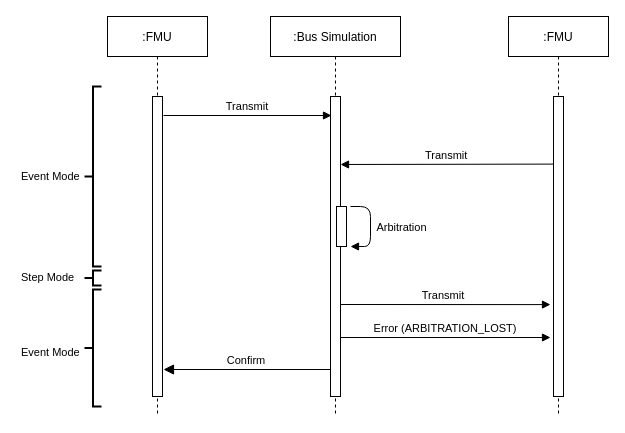
Earlier version of the draw.io diagram docs/images/can_arbitration.drawio (modelica/fmi-ls-bus). Source tidied: cells renumbered, new cells numbered last; positions are measured from the earlier drawing's top-left corner, leaving out a move shared by most shapes. Both pictures are drawn from the tidied source at 100%, with x=0, y=0 at pixel (16, 16).
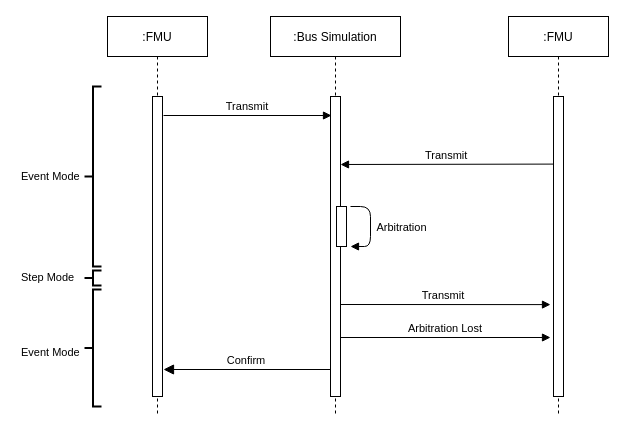
After the change.

Commit message (it also covers changes not shown here):
CAN Error Handling

Diff of the diagram source:
```diff
@@
-    <mxCell id="12" value="Error (ARBITRATION_LOST)" style="verticalAlign=bottom;endArrow=block;shadow=0;strokeWidth=1;endFill=1;fontSize=11;" parent="1" edge="1">
+    <mxCell id="12" value="Arbitration Lost" style="verticalAlign=bottom;endArrow=block;shadow=0;strokeWidth=1;endFill=1;fontSize=11;" parent="1" edge="1">
       <mxGeometry relative="1" as="geometry">
         <mxPoint x="324" y="321" as="sourcePoint" />
         <mxPoint x="534" y="321" as="targetPoint" />
       </mxGeometry>
     </mxCell>
```
